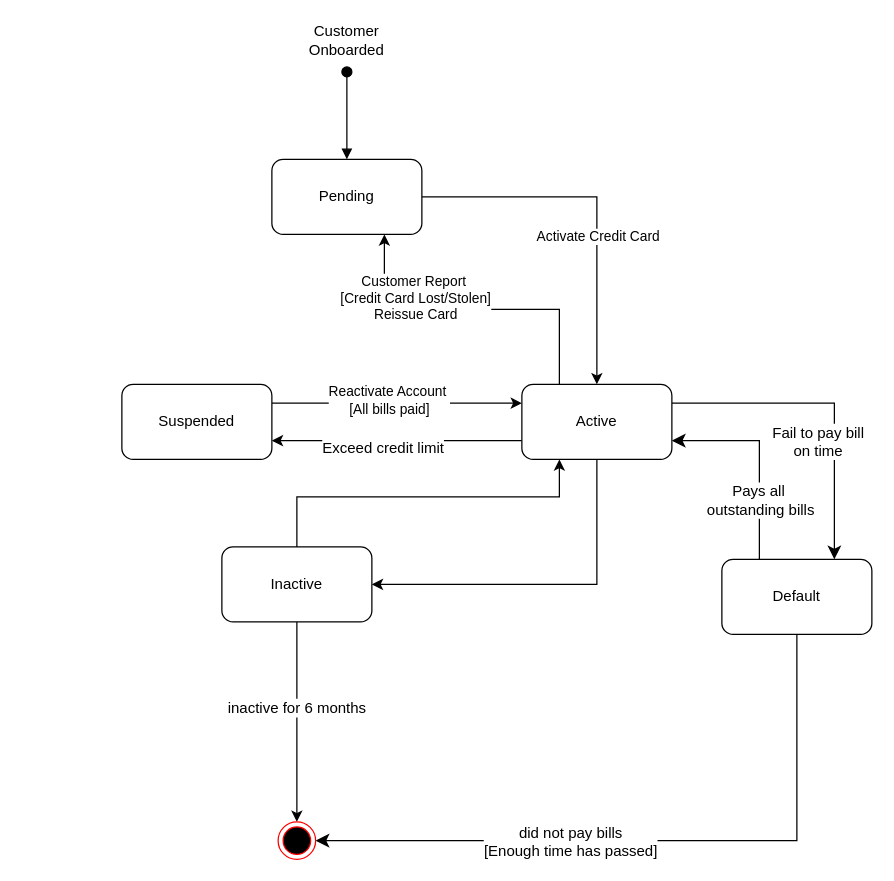
The draw.io diagram workshop6_week7.drawio in antonykimuom/SWEN30006-2025-SM1-workshop1-tuew05-14-00-team-12, before the edit. Source tidied: cells renumbered, new cells numbered last; positions are measured from the earlier drawing's top-left corner, leaving out a move shared by most shapes. Both pictures are drawn from the tidied source at 125%, with x=0, y=0 at pixel (121, 21).
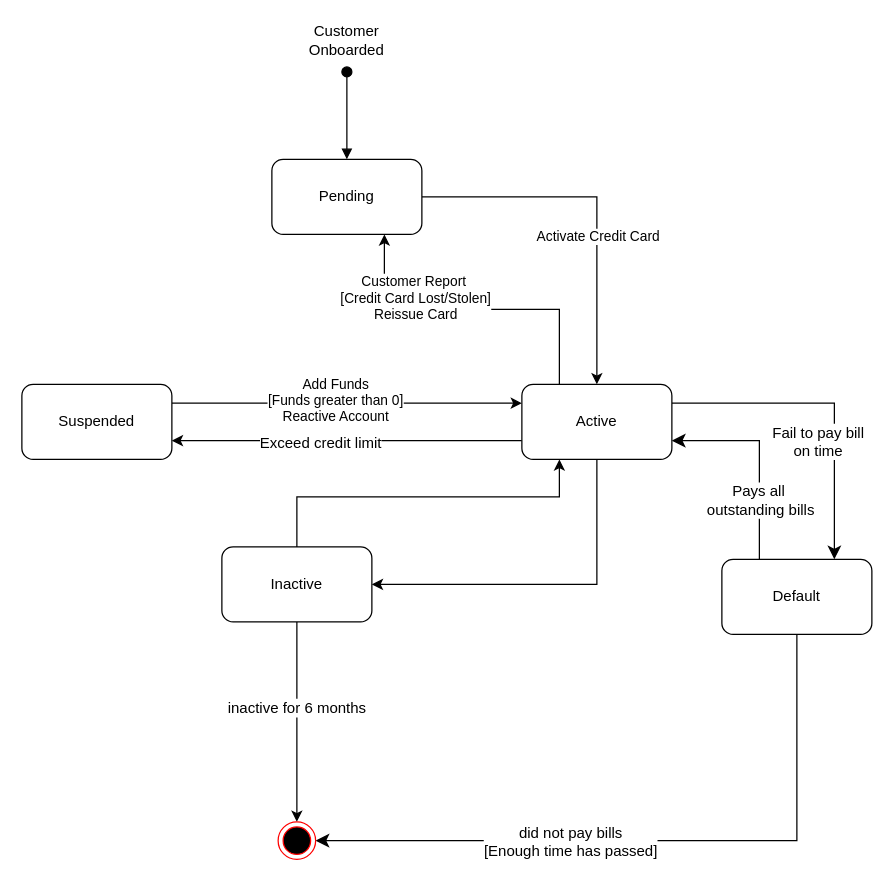
After the change.

Unchanged cells that the change refers to:
```xml
<mxCell id="5" style="edgeStyle=orthogonalEdgeStyle;rounded=0;jettySize=auto;html=1;entryX=0;entryY=0.25;entryDx=0;entryDy=0;exitX=1;exitY=0.25;exitDx=0;exitDy=0;" parent="1" edge="1" source="7" target="14">
  <mxGeometry relative="1" as="geometry" />
</mxCell>
<mxCell id="12" style="edgeStyle=orthogonalEdgeStyle;rounded=0;jettySize=auto;html=1;entryX=1;entryY=0.75;entryDx=0;entryDy=0;exitX=0;exitY=0.75;exitDx=0;exitDy=0;" parent="1" edge="1" source="14" target="7">
  <mxGeometry relative="1" as="geometry">
    <Array as="points">
      <mxPoint x="220" y="335" />
      <mxPoint x="220" y="335" />
    </Array>
  </mxGeometry>
</mxCell>
```

Diff of the diagram source:
```diff
@@
-    <mxCell id="6" value="Reactivate Account&amp;nbsp;&lt;div&gt;[All bills paid]&lt;/div&gt;" style="edgeLabel;html=1;align=center;verticalAlign=middle;" parent="5" vertex="1">
+    <mxCell id="6" value="Add Funds&lt;br&gt;[Funds greater than 0] &lt;br&gt;Reactive Account" style="edgeLabel;html=1;align=center;verticalAlign=middle;" parent="5" vertex="1">
       <mxGeometry x="-0.07" y="3" relative="1" as="geometry" />
     </mxCell>
     <mxCell id="7" value="Suspended" style="rounded=1;whiteSpace=wrap;html=1;" parent="1" vertex="1">
-      <mxGeometry y="290" width="120" height="60" as="geometry" />
+      <mxGeometry x="-80" y="290" width="120" height="60" as="geometry" />
     </mxCell>
@@
     <mxCell id="13" value="&lt;span style=&quot;background-color: light-dark(#ffffff, var(--ge-dark-color, #121212)); color: light-dark(rgb(0, 0, 0), rgb(255, 255, 255));&quot;&gt;Exceed credit&amp;nbsp;&lt;/span&gt;&lt;span style=&quot;color: light-dark(rgb(0, 0, 0), rgb(255, 255, 255)); background-color: light-dark(#ffffff, var(--ge-dark-color, #121212));&quot;&gt;limit&lt;/span&gt;" style="edgeLabel;html=1;align=center;verticalAlign=middle;fontSize=12;" parent="12" vertex="1">
       <mxGeometry x="0.31" relative="1" as="geometry">
-        <mxPoint x="19" y="5" as="offset" />
+        <mxPoint x="21" y="1" as="offset" />
       </mxGeometry>
     </mxCell>
```
